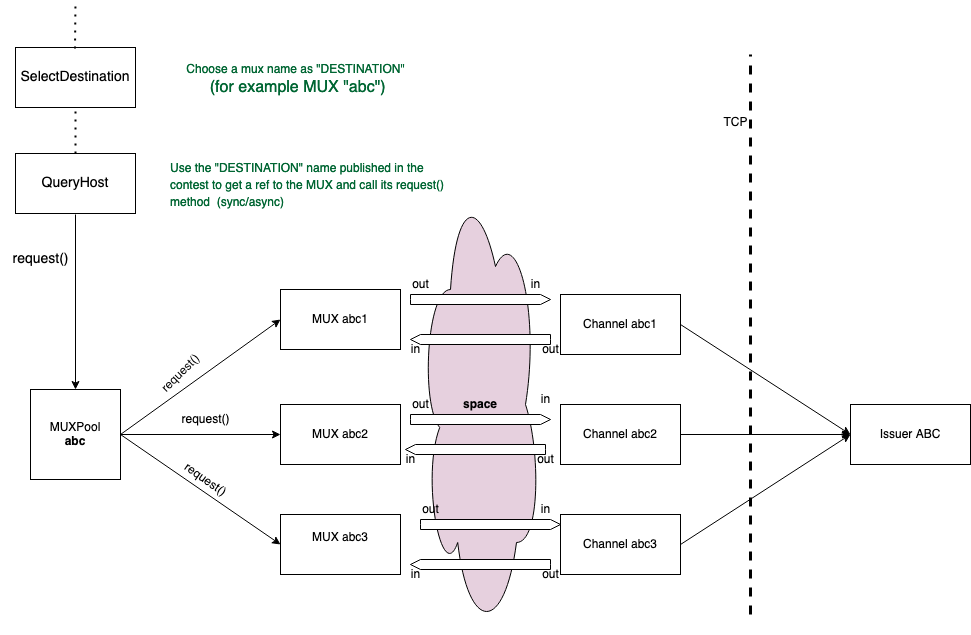
This is jpostraining/images/MUXPool.png from barspi/barspi.github.io, a draw.io export, as it was before one commit. Source tidied: cells renumbered, new cells last; positions are measured from the earlier drawing's top-left corner, leaving out a move shared by most shapes.
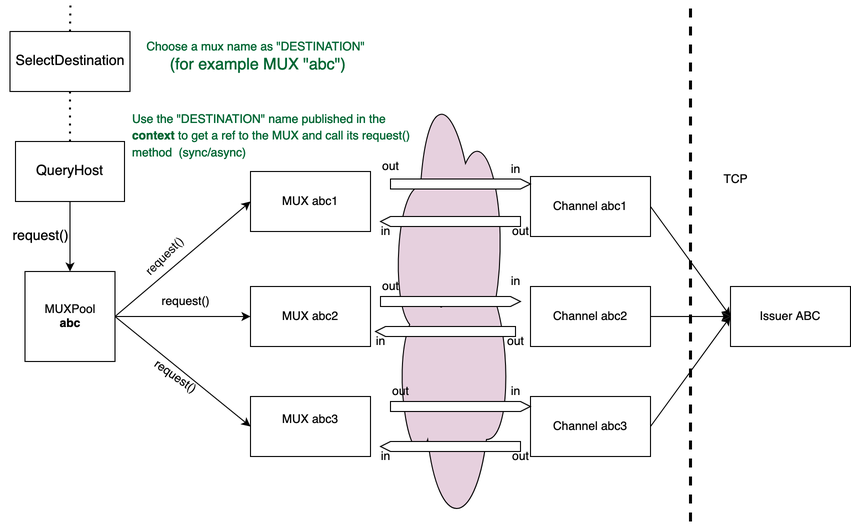
After the change.

Commit message:
better muxpool drawing

What changed in the source:
```diff
@@ -3,7 +3,7 @@
     <mxCell id="0" />
     <mxCell id="1" parent="0" />
     <mxCell id="2" value="&lt;b&gt;space&lt;/b&gt;" style="ellipse;shape=cloud;whiteSpace=wrap;html=1;fillColor=#E6D0DE;" parent="1" vertex="1">
-      <mxGeometry x="420" y="173" width="120" height="460" as="geometry" />
+      <mxGeometry x="420" y="188" width="120" height="460" as="geometry" />
     </mxCell>
     <mxCell id="3" value="MUX abc1" style="rounded=0;whiteSpace=wrap;html=1;" parent="1" vertex="1">
       <mxGeometry x="280" y="288" width="120" height="60" as="geometry" />
@@ -18,7 +18,7 @@
       <mxGeometry x="560" y="293" width="120" height="60" as="geometry" />
     </mxCell>
     <mxCell id="7" value="Issuer ABC" style="whiteSpace=wrap;html=1;" parent="1" vertex="1">
-      <mxGeometry x="850" y="403" width="120" height="60" as="geometry" />
+      <mxGeometry x="760" y="403" width="120" height="60" as="geometry" />
     </mxCell>
     <mxCell id="8" value="Channel abc2" style="rounded=0;whiteSpace=wrap;html=1;" parent="1" vertex="1">
       <mxGeometry x="560" y="403" width="120" height="60" as="geometry" />
@@ -32,16 +32,14 @@
     <mxCell id="11" style="endArrow=classic;html=1;rounded=0;exitX=1;exitY=0.5;exitDx=0;exitDy=0;entryX=0;entryY=0.5;entryDx=0;entryDy=0;" parent="1" edge="1" source="8" target="7">
       <mxGeometry relative="1" as="geometry" />
     </mxCell>
-    <mxCell id="12" style="endArrow=classic;html=1;rounded=0;exitX=1;exitY=0.5;exitDx=0;exitDy=0;" parent="1" edge="1" source="9">
-      <mxGeometry relative="1" as="geometry">
-        <mxPoint x="850" y="433" as="targetPoint" />
-      </mxGeometry>
+    <mxCell id="12" style="endArrow=classic;html=1;rounded=0;entryX=0;entryY=0.5;entryDx=0;entryDy=0;exitX=1;exitY=0.5;exitDx=0;exitDy=0;" parent="1" edge="1" source="9" target="7">
+      <mxGeometry relative="1" as="geometry" />
     </mxCell>
     <mxCell id="13" value="out" style="text;html=1;align=center;verticalAlign=middle;strokeColor=none;fillColor=none;" parent="1" vertex="1">
       <mxGeometry x="400" y="268" width="40" height="30" as="geometry" />
     </mxCell>
     <mxCell id="14" style="group;" parent="1" vertex="1">
-      <mxGeometry x="410" y="268" width="140" height="35" as="geometry" />
+      <mxGeometry x="420" y="270.5" width="140" height="35" as="geometry" />
     </mxCell>
     <mxCell id="15" style="html=1;shadow=0;dashed=0;align=center;verticalAlign=middle;shape=mxgraph.arrows2.arrow;dy=0;dx=10;notch=0;" parent="14" vertex="1">
       <mxGeometry y="25" width="140" height="10" as="geometry" />
@@ -98,71 +96,60 @@
       <mxGeometry x="530" y="558" width="40" height="30" as="geometry" />
     </mxCell>
     <mxCell id="33" value="TCP" style="text;html=1;align=center;verticalAlign=middle;strokeColor=none;fillColor=none;" parent="1" vertex="1">
-      <mxGeometry x="710" y="106" width="50" height="30" as="geometry" />
+      <mxGeometry x="740" y="281" width="50" height="30" as="geometry" />
     </mxCell>
     <mxCell id="34" value="&lt;div&gt;MUXPool&lt;/div&gt;&lt;div&gt;&lt;b&gt;abc&lt;/b&gt;&lt;br&gt;&lt;/div&gt;" style="whiteSpace=wrap;html=1;fillColor=#FFFFFF;" parent="1" vertex="1">
-      <mxGeometry x="30" y="388" width="90" height="90" as="geometry" />
+      <mxGeometry x="54.5" y="388" width="90" height="90" as="geometry" />
     </mxCell>
-    <mxCell id="35" style="group;rotation=-15;" parent="1" vertex="1">
-      <mxGeometry x="142.2" y="342" width="75.6" height="61" as="geometry" />
-    </mxCell>
-    <mxCell id="36" style="group;rotation=-15;" parent="35" vertex="1">
-      <mxGeometry width="75.6" height="61" as="geometry" />
-    </mxCell>
-    <mxCell id="37" style="endArrow=classic;html=1;rounded=0;exitX=1;exitY=0.5;exitDx=0;exitDy=0;entryX=0;entryY=0.5;entryDx=0;entryDy=0;" parent="36" edge="1" source="34" target="3">
-      <mxGeometry relative="1" as="geometry" />
-    </mxCell>
-    <mxCell id="38" value="request()" style="text;html=1;align=center;verticalAlign=middle;strokeColor=none;fillColor=none;rotation=-45;" parent="36" vertex="1">
-      <mxGeometry x="3" y="15" width="70" height="30" as="geometry" />
-    </mxCell>
     <mxCell id="39" style="endArrow=classic;html=1;rounded=0;exitX=1;exitY=0.5;exitDx=0;exitDy=0;entryX=0;entryY=0.5;entryDx=0;entryDy=0;" parent="1" edge="1" source="34" target="4">
       <mxGeometry relative="1" as="geometry" />
     </mxCell>
     <mxCell id="40" value="request()" style="text;html=1;align=center;verticalAlign=middle;strokeColor=none;fillColor=none;" parent="1" vertex="1">
-      <mxGeometry x="170" y="403" width="70" height="30" as="geometry" />
+      <mxGeometry x="180" y="403" width="70" height="30" as="geometry" />
     </mxCell>
     <mxCell id="41" style="endArrow=classic;html=1;rounded=0;exitX=1;exitY=0.5;exitDx=0;exitDy=0;entryX=0;entryY=0.5;entryDx=0;entryDy=0;" parent="1" edge="1" source="34" target="5">
       <mxGeometry relative="1" as="geometry" />
     </mxCell>
     <mxCell id="42" value="request()" style="text;html=1;align=center;verticalAlign=middle;strokeColor=none;fillColor=none;rotation=35;" parent="1" vertex="1">
-      <mxGeometry x="170" y="463" width="70" height="30" as="geometry" />
+      <mxGeometry x="170" y="478" width="70" height="30" as="geometry" />
     </mxCell>
     <mxCell id="43" value="&lt;font style=&quot;font-size: 14px;&quot;&gt;SelectDestination&lt;/font&gt;" style="rounded=0;whiteSpace=wrap;html=1;fillColor=#FFFFFF;" parent="1" vertex="1">
-      <mxGeometry x="15" y="46" width="120" height="60" as="geometry" />
+      <mxGeometry x="39.5" y="148" width="120" height="60" as="geometry" />
     </mxCell>
     <mxCell id="44" value="&lt;font style=&quot;font-size: 14px;&quot;&gt;QueryHost&lt;/font&gt;" style="rounded=0;whiteSpace=wrap;html=1;fillColor=#FFFFFF;" parent="1" vertex="1">
-      <mxGeometry x="15" y="152" width="120" height="60" as="geometry" />
+      <mxGeometry x="45" y="258" width="109" height="60" as="geometry" />
     </mxCell>
-    <mxCell id="45" style="endArrow=classic;html=1;rounded=0;fontSize=14;entryX=0.5;entryY=0;entryDx=0;entryDy=0;" parent="1" edge="1" target="34">
-      <mxGeometry relative="1" as="geometry">
-        <mxPoint x="75" y="213" as="sourcePoint" />
-      </mxGeometry>
+    <mxCell id="45" style="endArrow=classic;html=1;rounded=0;fontSize=14;entryX=0.5;entryY=0;entryDx=0;entryDy=0;exitX=0.5;exitY=1;exitDx=0;exitDy=0;" parent="1" edge="1" source="44" target="34">
+      <mxGeometry relative="1" as="geometry" />
     </mxCell>
     <mxCell id="46" value="request()" style="text;html=1;align=center;verticalAlign=middle;strokeColor=none;fillColor=none;fontSize=14;" parent="1" vertex="1">
-      <mxGeometry y="243" width="80" height="30" as="geometry" />
+      <mxGeometry x="30" y="338" width="80" height="30" as="geometry" />
     </mxCell>
-    <mxCell id="47" style="endArrow=none;dashed=1;html=1;dashPattern=1 3;strokeWidth=2;rounded=0;fontSize=14;exitX=0.5;exitY=0;exitDx=0;exitDy=0;" parent="1" edge="1" source="44">
-      <mxGeometry relative="1" as="geometry">
-        <mxPoint x="75" y="110" as="targetPoint" />
-      </mxGeometry>
+    <mxCell id="47" style="endArrow=none;dashed=1;html=1;dashPattern=1 3;strokeWidth=2;rounded=0;fontSize=14;exitX=0.5;exitY=0;exitDx=0;exitDy=0;entryX=0.5;entryY=1;entryDx=0;entryDy=0;" parent="1" edge="1" source="44" target="43">
+      <mxGeometry relative="1" as="geometry" />
     </mxCell>
-    <mxCell id="48" style="endArrow=none;dashed=1;html=1;dashPattern=1 3;strokeWidth=2;rounded=0;fontSize=14;exitX=0.5;exitY=0;exitDx=0;exitDy=0;" parent="1" edge="1">
-      <mxGeometry relative="1" as="geometry">
-        <mxPoint x="74.5" y="47" as="sourcePoint" />
-        <mxPoint x="75" as="targetPoint" />
-      </mxGeometry>
-    </mxCell>
     <mxCell id="49" value="&lt;div&gt;&lt;font style=&quot;font-size: 12px;&quot; color=&quot;#006633&quot;&gt;Choose a mux name as &quot;DESTINATION&quot;&lt;/font&gt;&lt;/div&gt;&lt;div&gt;&lt;font size=&quot;3&quot; color=&quot;#006633&quot;&gt;&amp;nbsp;(for example MUX &quot;abc&quot;)&lt;/font&gt;&lt;/div&gt;" style="text;html=1;align=center;verticalAlign=middle;strokeColor=none;fillColor=none;fontSize=14;" parent="1" vertex="1">
-      <mxGeometry x="175" y="53" width="240" height="50" as="geometry" />
+      <mxGeometry x="165" y="148" width="240" height="50" as="geometry" />
     </mxCell>
-    <mxCell id="50" value="&lt;font style=&quot;font-size: 12px;&quot;&gt;Use the &quot;DESTINATION&quot; name published in the contest to get a ref to the MUX and call its request() method&amp;nbsp; (sync/async)&lt;/font&gt;" style="text;whiteSpace=wrap;html=1;fontSize=14;fontColor=#006633;" parent="1" vertex="1">
-      <mxGeometry x="168" y="152" width="290" height="60" as="geometry" />
+    <mxCell id="50" value="&lt;font style=&quot;font-size: 12px;&quot;&gt;Use the &quot;DESTINATION&quot; name published in the &lt;b&gt;context&lt;/b&gt; to get a ref to the MUX and call its request() method&amp;nbsp; (sync/async)&lt;/font&gt;" style="text;whiteSpace=wrap;html=1;fontSize=14;fontColor=#006633;" parent="1" vertex="1">
+      <mxGeometry x="159.5" y="221" width="290" height="60" as="geometry" />
     </mxCell>
     <mxCell id="51" style="endArrow=none;dashed=1;html=1;rounded=0;fontSize=14;fontColor=#006633;strokeWidth=3;" parent="1" edge="1">
       <mxGeometry relative="1" as="geometry">
-        <mxPoint x="750" y="613" as="sourcePoint" />
-        <mxPoint x="750" y="53" as="targetPoint" />
+        <mxPoint x="720" y="638" as="sourcePoint" />
+        <mxPoint x="720" y="123" as="targetPoint" />
       </mxGeometry>
     </mxCell>
+    <mxCell id="37" style="endArrow=classic;html=1;rounded=0;exitX=1;exitY=0.5;exitDx=0;exitDy=0;entryX=0;entryY=0.5;entryDx=0;entryDy=0;" parent="1" edge="1" source="34" target="3">
+      <mxGeometry relative="1" as="geometry" />
+    </mxCell>
+    <mxCell id="38" value="request()" style="text;html=1;align=center;verticalAlign=middle;strokeColor=none;fillColor=none;rotation=-45;" parent="1" vertex="1">
+      <mxGeometry x="159.5" y="358" width="70" height="30" as="geometry" />
+    </mxCell>
+    <mxCell id="52" style="endArrow=none;dashed=1;html=1;dashPattern=1 3;strokeWidth=2;rounded=0;fontSize=14;exitX=0.5;exitY=0;exitDx=0;exitDy=0;" parent="1" edge="1" source="43">
+      <mxGeometry relative="1" as="geometry">
+        <mxPoint x="100" y="118" as="targetPoint" />
+      </mxGeometry>
+    </mxCell>
   </root>
 </mxGraphModel>
```
